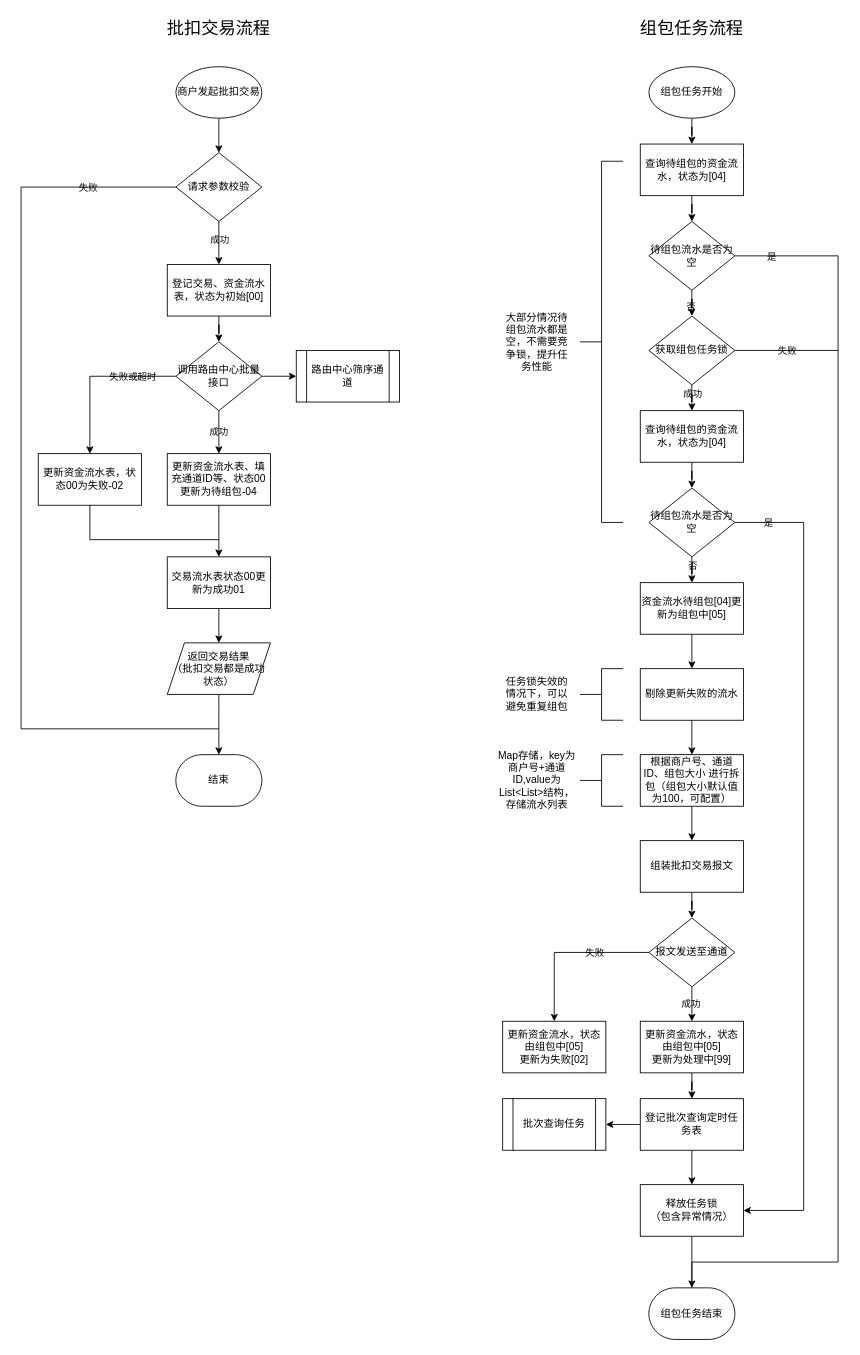
The draw.io diagram 批扣流程.drawio in gaofv/draw, before the edit. Source tidied: cells renumbered, new cells numbered last; positions are measured from the earlier drawing's top-left corner, leaving out a move shared by most shapes. Both pictures are drawn from the tidied source at 86%, with x=0, y=0 at pixel (-345, 15).
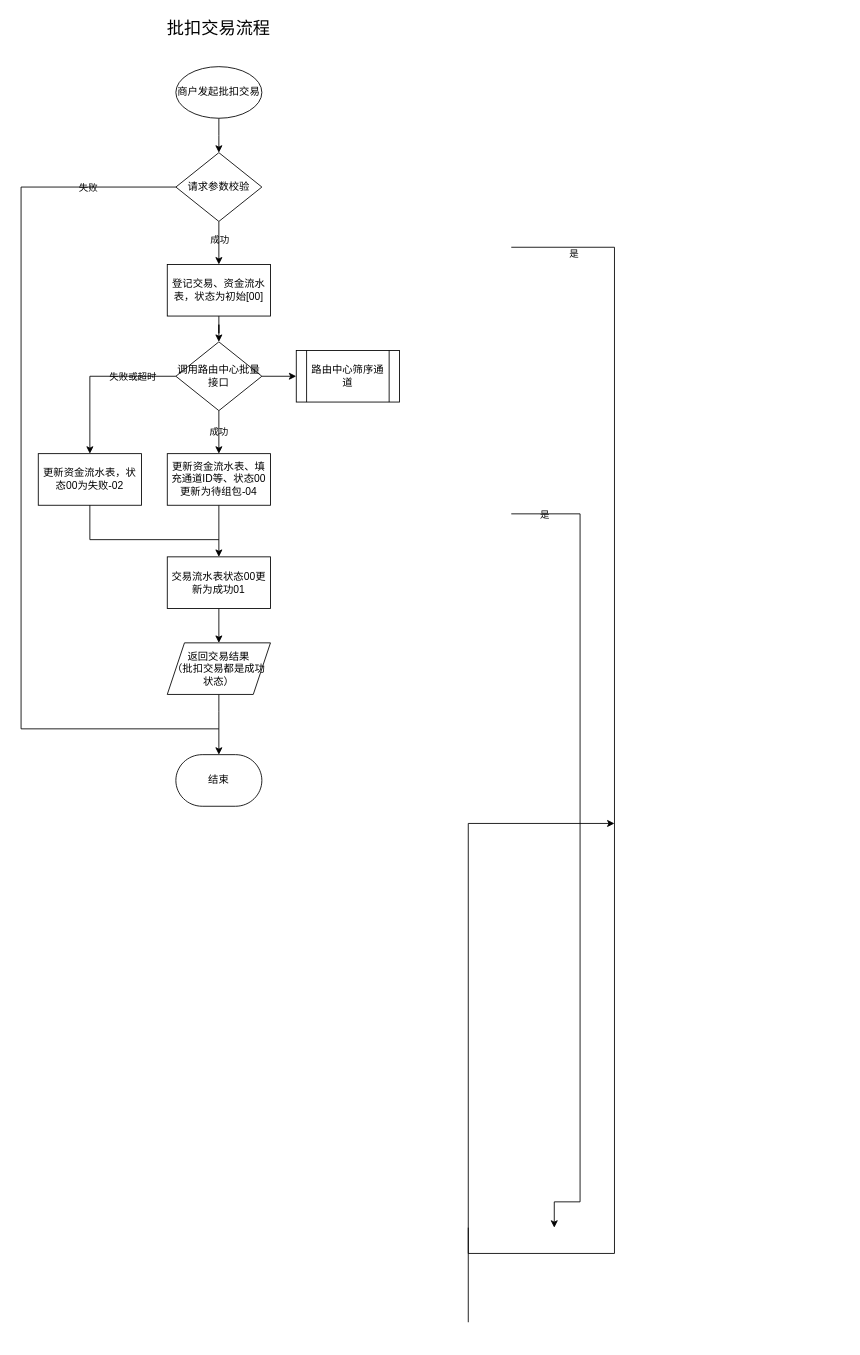
The same diagram, later.

Commit message (it also covers changes not shown here):
更新批扣流程.drawio

Diff of the diagram source:
```diff
@@
     <mxCell id="2" value="Yes" style="rounded=0;html=1;jettySize=auto;orthogonalLoop=1;fontSize=11;endArrow=block;endFill=0;endSize=8;strokeWidth=1;shadow=0;labelBackgroundColor=none;edgeStyle=orthogonalEdgeStyle;fontColor=default;" parent="1" edge="1">
       <mxGeometry y="20" relative="1" as="geometry">
-        <mxPoint x="625" y="220" as="sourcePoint" />
+        <mxPoint x="365" y="210" as="sourcePoint" />
       </mxGeometry>
     </mxCell>
     <mxCell id="3" value="No" style="rounded=0;html=1;jettySize=auto;orthogonalLoop=1;fontSize=11;endArrow=block;endFill=0;endSize=8;strokeWidth=1;shadow=0;labelBackgroundColor=none;edgeStyle=orthogonalEdgeStyle;fontColor=default;" parent="1" edge="1">
       <mxGeometry x="0.33" y="20" relative="1" as="geometry">
-        <mxPoint x="625" y="340" as="sourcePoint" />
+        <mxPoint x="365" y="330" as="sourcePoint" />
       </mxGeometry>
     </mxCell>
     <mxCell id="4" value="Yes" style="edgeStyle=orthogonalEdgeStyle;rounded=0;html=1;jettySize=auto;orthogonalLoop=1;fontSize=11;endArrow=block;endFill=0;endSize=8;strokeWidth=1;shadow=0;labelBackgroundColor=none;fontColor=default;" parent="1" edge="1">
       <mxGeometry y="10" relative="1" as="geometry">
-        <mxPoint x="675" y="300" as="sourcePoint" />
+        <mxPoint x="415" y="290" as="sourcePoint" />
       </mxGeometry>
     </mxCell>
@@
-    <mxCell id="28" style="edgeStyle=orthogonalEdgeStyle;rounded=0;jettySize=auto;html=1;labelBackgroundColor=none;fontColor=default;labelBorderColor=none;" parent="1" edge="1" source="29" target="36">
-      <mxGeometry relative="1" as="geometry" />
+    <mxCell id="28" style="edgeStyle=orthogonalEdgeStyle;rounded=0;orthogonalLoop=1;jettySize=auto;html=1;labelBackgroundColor=none;fontColor=default;labelBorderColor=none;" parent="1" edge="1">
+      <mxGeometry relative="1" as="geometry">
+        <mxPoint x="945" y="110" as="sourcePoint" />
+      </mxGeometry>
     </mxCell>
-    <mxCell id="29" value="组包任务开始" style="strokeWidth=1;html=1;shape=mxgraph.flowchart.start_1;whiteSpace=wrap;labelBackgroundColor=none;rounded=0;labelBorderColor=none;" parent="1" vertex="1">
-      <mxGeometry x="1155" y="60" width="100" height="60" as="geometry" />
-    </mxCell>
-    <mxCell id="30" style="edgeStyle=orthogonalEdgeStyle;rounded=0;jettySize=auto;html=1;labelBackgroundColor=none;fontColor=default;labelBorderColor=none;" parent="1" edge="1" source="34" target="45">
-      <mxGeometry relative="1" as="geometry" />
+    <mxCell id="30" style="edgeStyle=orthogonalEdgeStyle;rounded=0;orthogonalLoop=1;jettySize=auto;html=1;labelBackgroundColor=none;fontColor=default;labelBorderColor=none;" parent="1" edge="1">
+      <mxGeometry relative="1" as="geometry">
+        <mxPoint x="945" y="420" as="sourcePoint" />
+      </mxGeometry>
     </mxCell>
@@
-    <mxCell id="32" style="edgeStyle=orthogonalEdgeStyle;rounded=0;jettySize=auto;html=1;endArrow=none;endFill=0;labelBackgroundColor=none;fontColor=default;labelBorderColor=none;" parent="1" edge="1" source="34">
-      <mxGeometry relative="1" as="geometry">
-        <mxPoint x="1375" y="390" as="targetPoint" />
-      </mxGeometry>
-    </mxCell>
-    <mxCell id="33" value="失败" style="edgeLabel;html=1;align=center;verticalAlign=middle;labelBackgroundColor=none;rounded=0;labelBorderColor=none;" parent="32" vertex="1">
-      <mxGeometry x="-0.24" y="-2" relative="1" as="geometry">
-        <mxPoint x="14" y="-2" as="offset" />
-      </mxGeometry>
-    </mxCell>
-    <mxCell id="34" value="获取组包任务锁" style="rhombus;whiteSpace=wrap;html=1;strokeWidth=1;labelBackgroundColor=none;rounded=0;labelBorderColor=none;" parent="1" vertex="1">
-      <mxGeometry x="1155" y="350" width="100" height="80" as="geometry" />
-    </mxCell>
-    <mxCell id="35" style="edgeStyle=orthogonalEdgeStyle;rounded=0;jettySize=auto;html=1;labelBackgroundColor=none;fontColor=default;labelBorderColor=none;" parent="1" edge="1" source="36" target="41">
-      <mxGeometry relative="1" as="geometry" />
+    <mxCell id="35" style="edgeStyle=orthogonalEdgeStyle;rounded=0;orthogonalLoop=1;jettySize=auto;html=1;labelBackgroundColor=none;fontColor=default;labelBorderColor=none;" parent="1" edge="1">
+      <mxGeometry relative="1" as="geometry">
+        <mxPoint x="945" y="200" as="sourcePoint" />
+      </mxGeometry>
     </mxCell>
-    <mxCell id="36" value="查询待组包的资金流水，状态为[04]" style="whiteSpace=wrap;html=1;strokeWidth=1;labelBackgroundColor=none;rounded=0;labelBorderColor=none;" parent="1" vertex="1">
-      <mxGeometry x="1145" y="150" width="120" height="60" as="geometry" />
-    </mxCell>
-    <mxCell id="37" style="edgeStyle=orthogonalEdgeStyle;rounded=0;jettySize=auto;html=1;labelBackgroundColor=none;fontColor=default;labelBorderColor=none;" parent="1" edge="1" source="41" target="34">
-      <mxGeometry relative="1" as="geometry" />
+    <mxCell id="37" style="edgeStyle=orthogonalEdgeStyle;rounded=0;orthogonalLoop=1;jettySize=auto;html=1;labelBackgroundColor=none;fontColor=default;labelBorderColor=none;" parent="1" edge="1">
+      <mxGeometry relative="1" as="geometry">
+        <mxPoint x="945" y="310" as="sourcePoint" />
+      </mxGeometry>
     </mxCell>
@@
-    <mxCell id="39" style="edgeStyle=orthogonalEdgeStyle;rounded=0;jettySize=auto;html=1;entryX=0.5;entryY=0;entryDx=0;entryDy=0;entryPerimeter=0;labelBackgroundColor=none;fontColor=default;labelBorderColor=none;" parent="1" edge="1" source="41" target="77">
+    <mxCell id="39" style="edgeStyle=orthogonalEdgeStyle;rounded=0;orthogonalLoop=1;jettySize=auto;html=1;entryX=0.5;entryY=0;entryDx=0;entryDy=0;entryPerimeter=0;labelBackgroundColor=none;fontColor=default;labelBorderColor=none;" parent="1" edge="1">
       <mxGeometry relative="1" as="geometry">
+        <mxPoint x="995" y="270" as="sourcePoint" />
+        <mxPoint x="1115" y="940" as="targetPoint" />
         <Array as="points">
-          <mxPoint x="1375" y="280" />
-          <mxPoint x="1375" y="1450" />
-          <mxPoint x="1205" y="1450" />
+          <mxPoint x="1115" y="270" />
+          <mxPoint x="1115" y="1440" />
+          <mxPoint x="945" y="1440" />
         </Array>
       </mxGeometry>
     </mxCell>
@@
-    <mxCell id="41" value="待组包流水是否为空" style="rhombus;whiteSpace=wrap;html=1;strokeWidth=1;labelBackgroundColor=none;rounded=0;labelBorderColor=none;" parent="1" vertex="1">
-      <mxGeometry x="1155" y="240" width="100" height="80" as="geometry" />
-    </mxCell>
-    <mxCell id="42" style="edgeStyle=orthogonalEdgeStyle;rounded=0;jettySize=auto;html=1;labelBackgroundColor=none;fontColor=default;labelBorderColor=none;" parent="1" edge="1" source="43" target="52">
-      <mxGeometry relative="1" as="geometry" />
+    <mxCell id="42" style="edgeStyle=orthogonalEdgeStyle;rounded=0;orthogonalLoop=1;jettySize=auto;html=1;labelBackgroundColor=none;fontColor=default;labelBorderColor=none;" parent="1" edge="1">
+      <mxGeometry relative="1" as="geometry">
+        <mxPoint x="945" y="710" as="sourcePoint" />
+      </mxGeometry>
     </mxCell>
-    <mxCell id="43" value="资金流水待组包[04]更新为组包中[05]" style="whiteSpace=wrap;html=1;strokeWidth=1;labelBackgroundColor=none;rounded=0;labelBorderColor=none;" parent="1" vertex="1">
-      <mxGeometry x="1145" y="660" width="120" height="60" as="geometry" />
-    </mxCell>
-    <mxCell id="44" style="edgeStyle=orthogonalEdgeStyle;rounded=0;jettySize=auto;html=1;labelBackgroundColor=none;fontColor=default;labelBorderColor=none;" parent="1" edge="1" source="45" target="50">
-      <mxGeometry relative="1" as="geometry" />
+    <mxCell id="44" style="edgeStyle=orthogonalEdgeStyle;rounded=0;orthogonalLoop=1;jettySize=auto;html=1;labelBackgroundColor=none;fontColor=default;labelBorderColor=none;" parent="1" edge="1">
+      <mxGeometry relative="1" as="geometry">
+        <mxPoint x="945" y="510" as="sourcePoint" />
+      </mxGeometry>
     </mxCell>
-    <mxCell id="45" value="查询待组包的资金流水，状态为[04]" style="whiteSpace=wrap;html=1;strokeWidth=1;labelBackgroundColor=none;rounded=0;labelBorderColor=none;" parent="1" vertex="1">
-      <mxGeometry x="1145" y="460" width="120" height="60" as="geometry" />
-    </mxCell>
-    <mxCell id="46" style="edgeStyle=orthogonalEdgeStyle;rounded=0;jettySize=auto;html=1;labelBackgroundColor=none;fontColor=default;labelBorderColor=none;" parent="1" edge="1" source="50" target="43">
-      <mxGeometry relative="1" as="geometry" />
+    <mxCell id="46" style="edgeStyle=orthogonalEdgeStyle;rounded=0;orthogonalLoop=1;jettySize=auto;html=1;labelBackgroundColor=none;fontColor=default;labelBorderColor=none;" parent="1" edge="1">
+      <mxGeometry relative="1" as="geometry">
+        <mxPoint x="945" y="620" as="sourcePoint" />
+      </mxGeometry>
     </mxCell>
@@
-    <mxCell id="48" style="edgeStyle=orthogonalEdgeStyle;rounded=0;jettySize=auto;html=1;endArrow=classic;endFill=1;entryX=1;entryY=0.5;entryDx=0;entryDy=0;labelBackgroundColor=none;fontColor=default;labelBorderColor=none;" parent="1" edge="1" source="50" target="71">
+    <mxCell id="48" style="edgeStyle=orthogonalEdgeStyle;rounded=0;orthogonalLoop=1;jettySize=auto;html=1;endArrow=classic;endFill=1;entryX=1;entryY=0.5;entryDx=0;entryDy=0;labelBackgroundColor=none;fontColor=default;labelBorderColor=none;" parent="1" edge="1">
       <mxGeometry relative="1" as="geometry">
+        <mxPoint x="995" y="580" as="sourcePoint" />
+        <mxPoint x="1045" y="1410" as="targetPoint" />
         <Array as="points">
-          <mxPoint x="1335" y="590" />
-          <mxPoint x="1335" y="1390" />
+          <mxPoint x="1075" y="580" />
+          <mxPoint x="1075" y="1380" />
         </Array>
       </mxGeometry>
     </mxCell>
@@
-    <mxCell id="50" value="待组包流水是否为空" style="rhombus;whiteSpace=wrap;html=1;strokeWidth=1;labelBackgroundColor=none;rounded=0;labelBorderColor=none;" parent="1" vertex="1">
-      <mxGeometry x="1155" y="550" width="100" height="80" as="geometry" />
-    </mxCell>
-    <mxCell id="51" style="edgeStyle=orthogonalEdgeStyle;rounded=0;jettySize=auto;html=1;labelBackgroundColor=none;fontColor=default;labelBorderColor=none;" parent="1" edge="1" source="52" target="54">
-      <mxGeometry relative="1" as="geometry" />
+    <mxCell id="51" style="edgeStyle=orthogonalEdgeStyle;rounded=0;orthogonalLoop=1;jettySize=auto;html=1;labelBackgroundColor=none;fontColor=default;labelBorderColor=none;" parent="1" edge="1">
+      <mxGeometry relative="1" as="geometry">
+        <mxPoint x="945" y="810" as="sourcePoint" />
+      </mxGeometry>
     </mxCell>
-    <mxCell id="52" value="剔除更新失败的流水" style="whiteSpace=wrap;html=1;strokeWidth=1;labelBackgroundColor=none;rounded=0;labelBorderColor=none;" parent="1" vertex="1">
-      <mxGeometry x="1145" y="760" width="120" height="60" as="geometry" />
-    </mxCell>
-    <mxCell id="53" style="edgeStyle=orthogonalEdgeStyle;rounded=0;jettySize=auto;html=1;labelBackgroundColor=none;fontColor=default;labelBorderColor=none;" parent="1" edge="1" source="54" target="60">
-      <mxGeometry relative="1" as="geometry" />
+    <mxCell id="53" style="edgeStyle=orthogonalEdgeStyle;rounded=0;orthogonalLoop=1;jettySize=auto;html=1;labelBackgroundColor=none;fontColor=default;labelBorderColor=none;" parent="1" edge="1">
+      <mxGeometry relative="1" as="geometry">
+        <mxPoint x="945" y="910" as="sourcePoint" />
+      </mxGeometry>
     </mxCell>
-    <mxCell id="54" value="根据商户号、通道ID、组包大小 进行拆包（组包大小默认值为100，可配置）" style="whiteSpace=wrap;html=1;strokeWidth=1;labelBackgroundColor=none;rounded=0;labelBorderColor=none;" parent="1" vertex="1">
-      <mxGeometry x="1145" y="860" width="120" height="60" as="geometry" />
-    </mxCell>
-    <mxCell id="55" style="strokeWidth=1;html=1;shape=mxgraph.flowchart.annotation_2;align=left;labelPosition=right;labelBackgroundColor=none;rounded=0;labelBorderColor=none;" parent="1" vertex="1">
-      <mxGeometry x="1075" y="760" width="50" height="60" as="geometry" />
-    </mxCell>
-    <mxCell id="56" value="任务锁失效的情况下，可以避免重复组包" style="text;html=1;strokeColor=none;fillColor=none;align=center;verticalAlign=middle;whiteSpace=wrap;rounded=0;fontSize=12;labelBackgroundColor=none;labelBorderColor=none;" parent="1" vertex="1">
-      <mxGeometry x="985" y="767.5" width="80" height="45" as="geometry" />
-    </mxCell>
-    <mxCell id="57" style="strokeWidth=1;html=1;shape=mxgraph.flowchart.annotation_2;align=left;labelPosition=right;labelBackgroundColor=none;rounded=0;labelBorderColor=none;" parent="1" vertex="1">
-      <mxGeometry x="1075" y="860" width="50" height="60" as="geometry" />
-    </mxCell>
-    <mxCell id="58" value="Map存储，key为商户号+通道ID,value为List&amp;lt;List&amp;gt;结构，存储流水列表" style="text;html=1;strokeColor=none;fillColor=none;align=center;verticalAlign=middle;whiteSpace=wrap;rounded=0;fontSize=12;labelBackgroundColor=none;labelBorderColor=none;" parent="1" vertex="1">
-      <mxGeometry x="975" y="867.5" width="100" height="45" as="geometry" />
-    </mxCell>
-    <mxCell id="59" style="edgeStyle=orthogonalEdgeStyle;rounded=0;jettySize=auto;html=1;labelBackgroundColor=none;fontColor=default;labelBorderColor=none;" parent="1" edge="1" source="60" target="67">
-      <mxGeometry relative="1" as="geometry" />
+    <mxCell id="59" style="edgeStyle=orthogonalEdgeStyle;rounded=0;orthogonalLoop=1;jettySize=auto;html=1;labelBackgroundColor=none;fontColor=default;labelBorderColor=none;" parent="1" edge="1">
+      <mxGeometry relative="1" as="geometry">
+        <mxPoint x="945" y="1010" as="sourcePoint" />
+      </mxGeometry>
     </mxCell>
-    <mxCell id="60" value="组装批扣交易报文" style="whiteSpace=wrap;html=1;strokeWidth=1;labelBackgroundColor=none;rounded=0;labelBorderColor=none;" parent="1" vertex="1">
-      <mxGeometry x="1145" y="960" width="120" height="60" as="geometry" />
-    </mxCell>
-    <mxCell id="61" style="strokeWidth=1;html=1;shape=mxgraph.flowchart.annotation_2;align=left;labelPosition=right;labelBackgroundColor=none;rounded=0;labelBorderColor=none;" parent="1" vertex="1">
-      <mxGeometry x="1075" y="170" width="50" height="420" as="geometry" />
-    </mxCell>
-    <mxCell id="62" value="大部分情况待组包流水都是空，不需要竞争锁，提升任务性能" style="text;html=1;strokeColor=none;fillColor=none;align=center;verticalAlign=middle;whiteSpace=wrap;rounded=0;fontSize=12;labelBackgroundColor=none;labelBorderColor=none;" parent="1" vertex="1">
-      <mxGeometry x="985" y="357.5" width="80" height="45" as="geometry" />
-    </mxCell>
-    <mxCell id="63" style="edgeStyle=orthogonalEdgeStyle;rounded=0;jettySize=auto;html=1;labelBackgroundColor=none;fontColor=default;labelBorderColor=none;" parent="1" edge="1" source="67" target="68">
+    <mxCell id="63" style="edgeStyle=orthogonalEdgeStyle;rounded=0;orthogonalLoop=1;jettySize=auto;html=1;labelBackgroundColor=none;fontColor=default;labelBorderColor=none;" parent="1" edge="1">
       <mxGeometry relative="1" as="geometry">
+        <mxPoint x="895" y="1080" as="sourcePoint" />
         <Array as="points">
-          <mxPoint x="1045" y="1090" />
+          <mxPoint x="785" y="1080" />
         </Array>
       </mxGeometry>
     </mxCell>
@@
-    <mxCell id="65" style="edgeStyle=orthogonalEdgeStyle;rounded=0;jettySize=auto;html=1;labelBackgroundColor=none;fontColor=default;labelBorderColor=none;" parent="1" edge="1" source="67">
-      <mxGeometry relative="1" as="geometry">
-        <mxPoint x="1205" y="1170" as="targetPoint" />
-      </mxGeometry>
-    </mxCell>
-    <mxCell id="66" value="成功" style="edgeLabel;html=1;align=center;verticalAlign=middle;labelBackgroundColor=none;rounded=0;labelBorderColor=none;" parent="65" vertex="1">
-      <mxGeometry x="-0.07" y="-2" relative="1" as="geometry" />
-    </mxCell>
-    <mxCell id="67" value="报文发送至通道" style="rhombus;whiteSpace=wrap;html=1;strokeWidth=1;labelBackgroundColor=none;rounded=0;labelBorderColor=none;" parent="1" vertex="1">
-      <mxGeometry x="1155" y="1050" width="100" height="80" as="geometry" />
-    </mxCell>
-    <mxCell id="68" value="更新资金流水，状态&lt;br&gt;由组包中[05]&lt;br&gt;更新为失败[02]" style="whiteSpace=wrap;html=1;strokeWidth=1;labelBackgroundColor=none;rounded=0;labelBorderColor=none;" parent="1" vertex="1">
-      <mxGeometry x="985" y="1170" width="120" height="60" as="geometry" />
-    </mxCell>
-    <mxCell id="69" style="edgeStyle=orthogonalEdgeStyle;rounded=0;jettySize=auto;html=1;labelBackgroundColor=none;fontColor=default;labelBorderColor=none;" parent="1" edge="1" source="70" target="74">
-      <mxGeometry relative="1" as="geometry" />
+    <mxCell id="69" style="edgeStyle=orthogonalEdgeStyle;rounded=0;orthogonalLoop=1;jettySize=auto;html=1;labelBackgroundColor=none;fontColor=default;labelBorderColor=none;" parent="1" edge="1">
+      <mxGeometry relative="1" as="geometry">
+        <mxPoint x="945" y="1220" as="sourcePoint" />
+      </mxGeometry>
     </mxCell>
-    <mxCell id="70" value="更新资金流水，状态&lt;br&gt;由组包中[05]&lt;br&gt;更新为处理中[99]" style="whiteSpace=wrap;html=1;strokeWidth=1;labelBackgroundColor=none;rounded=0;labelBorderColor=none;" parent="1" vertex="1">
-      <mxGeometry x="1145" y="1170" width="120" height="60" as="geometry" />
-    </mxCell>
-    <mxCell id="71" value="释放任务锁&lt;br&gt;（包含异常情况）" style="whiteSpace=wrap;html=1;strokeWidth=1;labelBackgroundColor=none;rounded=0;labelBorderColor=none;" parent="1" vertex="1">
-      <mxGeometry x="1145" y="1360" width="120" height="60" as="geometry" />
-    </mxCell>
-    <mxCell id="72" style="edgeStyle=orthogonalEdgeStyle;rounded=0;jettySize=auto;html=1;labelBackgroundColor=none;fontColor=default;labelBorderColor=none;" parent="1" edge="1" source="74" target="75">
-      <mxGeometry relative="1" as="geometry" />
+    <mxCell id="72" style="edgeStyle=orthogonalEdgeStyle;rounded=0;orthogonalLoop=1;jettySize=auto;html=1;labelBackgroundColor=none;fontColor=default;labelBorderColor=none;" parent="1" edge="1">
+      <mxGeometry relative="1" as="geometry">
+        <mxPoint x="885" y="1280" as="sourcePoint" />
+      </mxGeometry>
     </mxCell>
-    <mxCell id="73" style="edgeStyle=orthogonalEdgeStyle;rounded=0;jettySize=auto;html=1;labelBackgroundColor=none;fontColor=default;labelBorderColor=none;" parent="1" edge="1" source="74" target="71">
-      <mxGeometry relative="1" as="geometry" />
+    <mxCell id="73" style="edgeStyle=orthogonalEdgeStyle;rounded=0;orthogonalLoop=1;jettySize=auto;html=1;labelBackgroundColor=none;fontColor=default;labelBorderColor=none;" parent="1" edge="1">
+      <mxGeometry relative="1" as="geometry">
+        <mxPoint x="945" y="1310" as="sourcePoint" />
+      </mxGeometry>
     </mxCell>
-    <mxCell id="74" value="登记批次查询定时任务表" style="whiteSpace=wrap;html=1;strokeWidth=1;labelBackgroundColor=none;rounded=0;labelBorderColor=none;" parent="1" vertex="1">
-      <mxGeometry x="1145" y="1260" width="120" height="60" as="geometry" />
-    </mxCell>
-    <mxCell id="75" value="批次查询任务" style="shape=process;whiteSpace=wrap;html=1;backgroundOutline=1;strokeWidth=1;labelBackgroundColor=none;rounded=0;labelBorderColor=none;" parent="1" vertex="1">
-      <mxGeometry x="985" y="1260" width="120" height="60" as="geometry" />
-    </mxCell>
-    <mxCell id="76" style="edgeStyle=orthogonalEdgeStyle;rounded=0;jettySize=auto;html=1;endArrow=none;endFill=0;labelBackgroundColor=none;fontColor=default;labelBorderColor=none;" parent="1" edge="1" source="71" target="77">
-      <mxGeometry relative="1" as="geometry" />
+    <mxCell id="76" style="edgeStyle=orthogonalEdgeStyle;rounded=0;orthogonalLoop=1;jettySize=auto;html=1;endArrow=none;endFill=0;labelBackgroundColor=none;fontColor=default;labelBorderColor=none;" parent="1" edge="1">
+      <mxGeometry relative="1" as="geometry">
+        <mxPoint x="945" y="1410" as="sourcePoint" />
+        <mxPoint x="945" y="1520" as="targetPoint" />
+      </mxGeometry>
     </mxCell>
-    <mxCell id="77" value="组包任务结束" style="strokeWidth=1;html=1;shape=mxgraph.flowchart.terminator;whiteSpace=wrap;labelBackgroundColor=none;rounded=0;labelBorderColor=none;" parent="1" vertex="1">
-      <mxGeometry x="1155" y="1480" width="100" height="60" as="geometry" />
-    </mxCell>
-    <mxCell id="78" value="组包任务流程" style="text;html=1;strokeColor=none;fillColor=none;align=center;verticalAlign=middle;whiteSpace=wrap;rounded=0;fontSize=20;labelBackgroundColor=none;labelBorderColor=none;" parent="1" vertex="1">
-      <mxGeometry x="1115" width="180" height="30" as="geometry" />
-    </mxCell>
@@
     <mxCell id="81" style="edgeStyle=orthogonalEdgeStyle;orthogonalLoop=1;jettySize=auto;html=1;labelBackgroundColor=none;fontColor=default;" parent="1" edge="1">
       <mxGeometry relative="1" as="geometry">
-        <mxPoint y="245" as="sourcePoint" />
+        <mxPoint x="-260" y="235" as="sourcePoint" />
       </mxGeometry>
     </mxCell>
```
